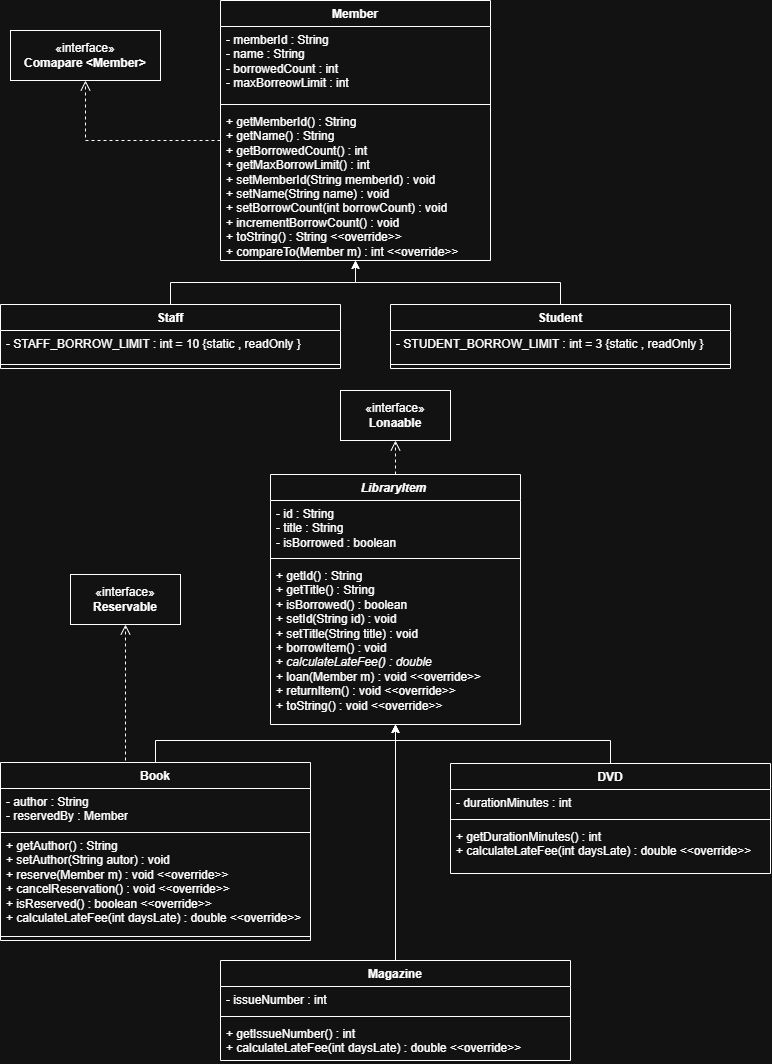
Above: src/lms/docs/uml-week4.png in pranavan-dev/lms-SE_2024_053 (draw.io), before the change. Source tidied: cells renumbered, new cells last; positions are measured from the earlier drawing's top-left corner, leaving out a move shared by most shapes.
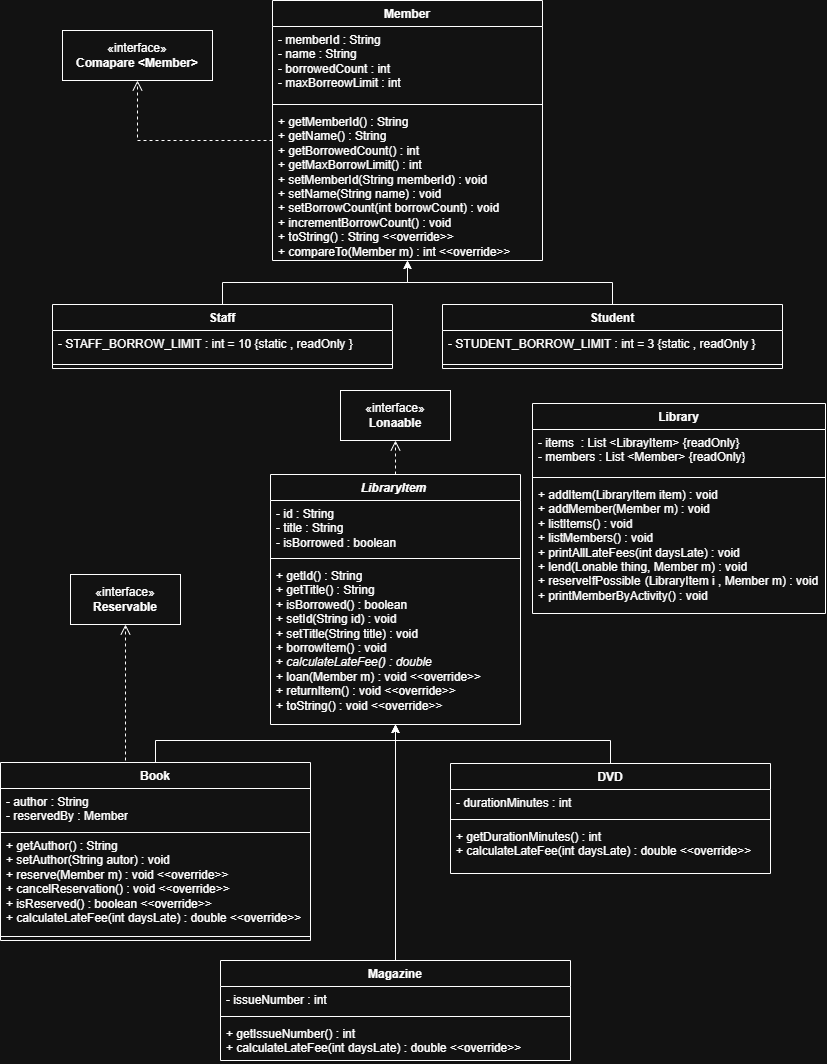
After the change.

Commit message:
Update Week 4 UML diagram

Refresh the Week 4 UML image and update IntelliJ workspace metadata.

The edit, as a diff of the source:
```diff
@@ -3,7 +3,7 @@
     <mxCell id="0" />
     <mxCell id="1" parent="0" />
     <mxCell id="2" value="Member" style="swimlane;fontStyle=1;align=center;verticalAlign=top;horizontal=1;startSize=26;whiteSpace=wrap;html=1;" parent="1" vertex="1">
-      <mxGeometry x="220" width="270" height="260" as="geometry" />
+      <mxGeometry x="272" width="270" height="260" as="geometry" />
     </mxCell>
     <mxCell id="3" value="- memberId : String&amp;nbsp;&lt;div&gt;- name : String&amp;nbsp;&lt;/div&gt;&lt;div&gt;- borrowedCount : int&amp;nbsp;&lt;/div&gt;&lt;div&gt;- maxBorreowLimit : int&amp;nbsp;&lt;/div&gt;" style="text;strokeColor=none;fillColor=none;align=left;verticalAlign=top;spacingLeft=4;spacingRight=4;overflow=hidden;whiteSpace=wrap;html=1;" parent="2" vertex="1">
       <mxGeometry y="26" width="270" height="74" as="geometry" />
@@ -18,7 +18,7 @@
       <mxGeometry relative="1" as="geometry" />
     </mxCell>
     <mxCell id="7" value="Student" style="swimlane;fontStyle=1;align=center;verticalAlign=top;horizontal=1;startSize=26;whiteSpace=wrap;html=1;" parent="1" vertex="1">
-      <mxGeometry x="390" y="304" width="340" height="64" as="geometry" />
+      <mxGeometry x="442" y="304" width="340" height="64" as="geometry" />
     </mxCell>
     <mxCell id="8" value="- STUDENT_BORROW_LIMIT : int = 3 {static , readOnly }" style="text;strokeColor=none;fillColor=none;align=left;verticalAlign=top;spacingLeft=4;spacingRight=4;overflow=hidden;whiteSpace=wrap;html=1;" parent="7" vertex="1">
       <mxGeometry y="26" width="340" height="30" as="geometry" />
@@ -30,7 +30,7 @@
       <mxGeometry relative="1" as="geometry" />
     </mxCell>
     <mxCell id="11" value="Staff" style="swimlane;fontStyle=1;align=center;verticalAlign=top;horizontal=1;startSize=26;whiteSpace=wrap;html=1;" parent="1" vertex="1">
-      <mxGeometry y="304" width="340" height="64" as="geometry" />
+      <mxGeometry x="52" y="304" width="340" height="64" as="geometry" />
     </mxCell>
     <mxCell id="12" value="- STAFF_BORROW_LIMIT : int = 10 {static , readOnly }" style="text;strokeColor=none;fillColor=none;align=left;verticalAlign=top;spacingLeft=4;spacingRight=4;overflow=hidden;whiteSpace=wrap;html=1;" parent="11" vertex="1">
       <mxGeometry y="26" width="340" height="30" as="geometry" />
@@ -127,16 +127,28 @@
       </mxGeometry>
     </mxCell>
     <mxCell id="37" value="«interface»&lt;br&gt;&lt;b&gt;Comapare &amp;lt;Member&amp;gt;&lt;/b&gt;" style="html=1;whiteSpace=wrap;" parent="1" vertex="1">
-      <mxGeometry x="10" y="30" width="150" height="50" as="geometry" />
+      <mxGeometry x="62" y="30" width="150" height="50" as="geometry" />
     </mxCell>
     <mxCell id="38" style="html=1;verticalAlign=bottom;endArrow=open;dashed=1;endSize=8;edgeStyle=sequenceEdgeStyle;libavoidRouting=0;curved=0;rounded=0;defaultLabelBackgroundColor=page;labelPadding=0 4;" parent="1" edge="1">
       <mxGeometry x="-0.18" relative="1" as="geometry">
-        <mxPoint x="220" y="140" as="sourcePoint" />
-        <mxPoint x="85" y="80" as="targetPoint" />
+        <mxPoint x="272" y="140" as="sourcePoint" />
+        <mxPoint x="137" y="80" as="targetPoint" />
         <Array as="points">
-          <mxPoint x="85" y="140" />
+          <mxPoint x="137" y="140" />
         </Array>
       </mxGeometry>
     </mxCell>
+    <mxCell id="39" value="Library" style="swimlane;fontStyle=1;align=center;verticalAlign=top;horizontal=1;startSize=26;whiteSpace=wrap;html=1;" parent="1" vertex="1">
+      <mxGeometry x="532" y="403" width="293" height="210" as="geometry" />
+    </mxCell>
+    <mxCell id="40" value="- items&amp;nbsp; : List &amp;lt;LibrayItem&amp;gt; {readOnly}&lt;div&gt;- members : List &amp;lt;Member&amp;gt; {readOnly}&lt;/div&gt;" style="text;strokeColor=none;fillColor=none;align=left;verticalAlign=top;spacingLeft=4;spacingRight=4;overflow=hidden;whiteSpace=wrap;html=1;" parent="39" vertex="1">
+      <mxGeometry y="26" width="293" height="44" as="geometry" />
+    </mxCell>
+    <mxCell id="41" style="line;strokeWidth=1;fillColor=none;align=left;verticalAlign=middle;spacingTop=-1;spacingLeft=3;spacingRight=3;labelPosition=right;strokeColor=inherit;labelPerimeter=1;" parent="39" vertex="1">
+      <mxGeometry y="70" width="293" height="8" as="geometry" />
+    </mxCell>
+    <mxCell id="42" value="+ addItem(LibraryItem item) : void&lt;div&gt;+ addMember(Member m) : void&lt;/div&gt;&lt;div&gt;+ listItems() : void&lt;/div&gt;&lt;div&gt;+ listMembers() : void&lt;/div&gt;&lt;div&gt;+ printAllLateFees(int daysLate) : void&amp;nbsp;&lt;/div&gt;&lt;div&gt;+ lend(Lonable thing, Member m) : void&lt;/div&gt;&lt;div&gt;+ reserveIfPossible&lt;span style=&quot;white-space: pre;&quot;&gt;&#9;&lt;/span&gt;(LibraryItem i , Member m) : void&lt;/div&gt;&lt;div&gt;+ printMemberByActivity() : void&lt;/div&gt;" style="text;strokeColor=none;fillColor=none;align=left;verticalAlign=top;spacingLeft=4;spacingRight=4;overflow=hidden;whiteSpace=wrap;html=1;" parent="39" vertex="1">
+      <mxGeometry y="78" width="293" height="132" as="geometry" />
+    </mxCell>
   </root>
 </mxGraphModel>
```
